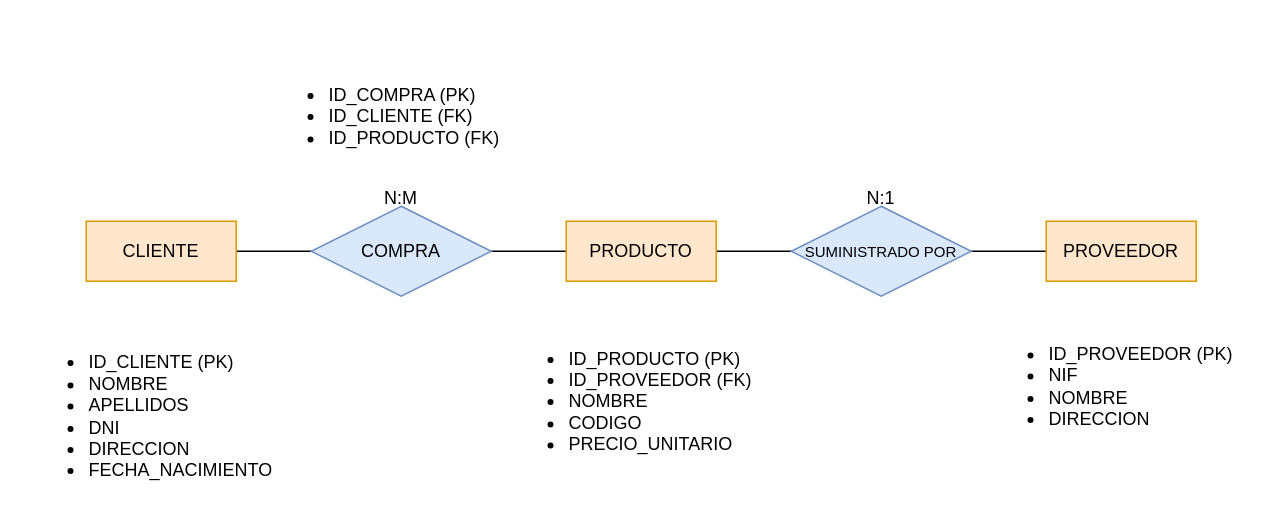
The draw.io diagram E6. Empresa-prodcuto-proveedor.drawio in Milikituki/PracticasBBDD, before the edit. Source tidied: cells renumbered, new cells numbered last; positions are measured from the earlier drawing's top-left corner, leaving out a move shared by most shapes. Both pictures are drawn from the tidied source at 150%, with x=0, y=0 at pixel (26, 26).
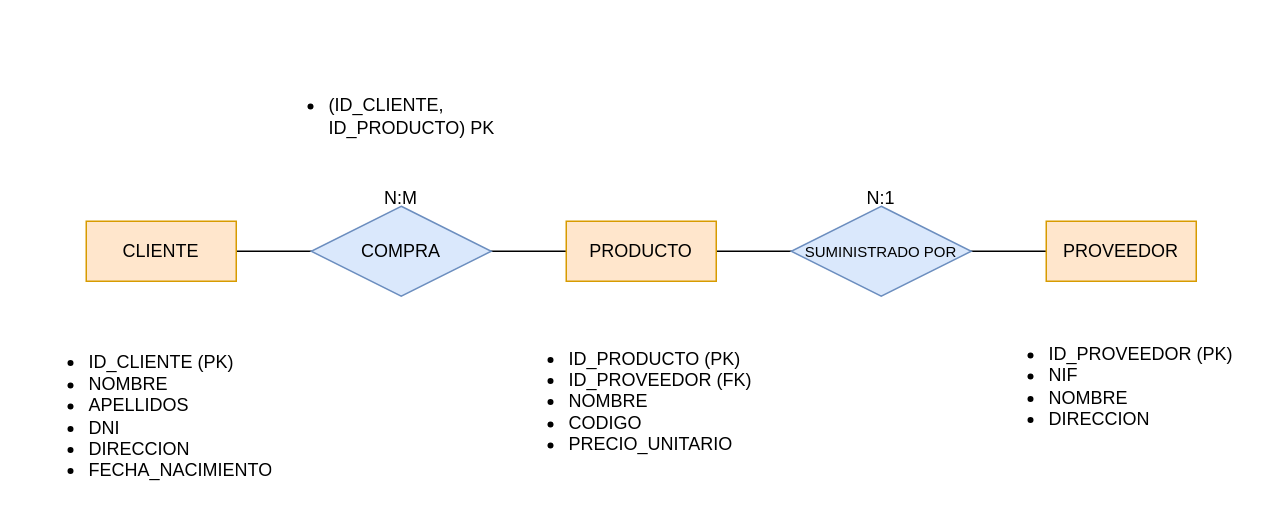
After the change.

Diff of the diagram source:
```diff
@@
 <mxGraphModel>
   <root>
     <mxCell id="0" />
     <mxCell id="1" parent="0" />
     <mxCell id="2" style="edgeStyle=orthogonalEdgeStyle;rounded=0;jettySize=auto;html=1;entryX=0;entryY=0.5;entryDx=0;entryDy=0;endArrow=none;endFill=0;" parent="1" edge="1" source="3" target="4">
       <mxGeometry relative="1" as="geometry" />
     </mxCell>
     <mxCell id="3" value="CLIENTE" style="whiteSpace=wrap;html=1;align=center;fillColor=#ffe6cc;strokeColor=#d79b00;" parent="1" vertex="1">
       <mxGeometry x="40" y="130" width="100" height="40" as="geometry" />
     </mxCell>
     <mxCell id="4" value="PROVEEDOR" style="whiteSpace=wrap;html=1;align=center;fillColor=#ffe6cc;strokeColor=#d79b00;" parent="1" vertex="1">
       <mxGeometry x="680" y="130" width="100" height="40" as="geometry" />
     </mxCell>
     <mxCell id="5" value="COMPRA" style="shape=rhombus;perimeter=rhombusPerimeter;whiteSpace=wrap;html=1;align=center;fillColor=#dae8fc;strokeColor=#6c8ebf;" parent="1" vertex="1">
       <mxGeometry x="190" y="120" width="120" height="60" as="geometry" />
     </mxCell>
     <mxCell id="6" value="&lt;font style=&quot;font-size: 10px;&quot;&gt;SUMINISTRADO POR&lt;/font&gt;" style="shape=rhombus;perimeter=rhombusPerimeter;whiteSpace=wrap;html=1;align=center;fillColor=#dae8fc;strokeColor=#6c8ebf;" parent="1" vertex="1">
       <mxGeometry x="510" y="120" width="120" height="60" as="geometry" />
     </mxCell>
     <mxCell id="7" value="PRODUCTO" style="whiteSpace=wrap;html=1;align=center;fillColor=#ffe6cc;strokeColor=#d79b00;" parent="1" vertex="1">
       <mxGeometry x="360" y="130" width="100" height="40" as="geometry" />
     </mxCell>
     <mxCell id="8" value="&lt;ul&gt;&lt;li&gt;ID_CLIENTE (PK)&lt;/li&gt;&lt;li&gt;NOMBRE&lt;/li&gt;&lt;li&gt;APELLIDOS&lt;/li&gt;&lt;li&gt;DNI&lt;/li&gt;&lt;li&gt;DIRECCION&lt;/li&gt;&lt;li&gt;FECHA_NACIMIENTO&lt;/li&gt;&lt;/ul&gt;" style="text;strokeColor=none;fillColor=none;html=1;whiteSpace=wrap;verticalAlign=middle;overflow=hidden;" parent="1" vertex="1">
       <mxGeometry y="200" width="180" height="120" as="geometry" />
     </mxCell>
     <mxCell id="9" value="&lt;ul&gt;&lt;li&gt;ID_PRODUCTO (PK)&lt;/li&gt;&lt;li&gt;ID_PROVEEDOR (FK)&lt;/li&gt;&lt;li&gt;NOMBRE&lt;/li&gt;&lt;li&gt;CODIGO&lt;/li&gt;&lt;li&gt;PRECIO_UNITARIO&lt;/li&gt;&lt;/ul&gt;" style="text;strokeColor=none;fillColor=none;html=1;whiteSpace=wrap;verticalAlign=middle;overflow=hidden;" parent="1" vertex="1">
       <mxGeometry x="320" y="190" width="180" height="120" as="geometry" />
     </mxCell>
     <mxCell id="10" value="&lt;ul&gt;&lt;li&gt;ID_PROVEEDOR (PK)&lt;/li&gt;&lt;li&gt;NIF&lt;/li&gt;&lt;li&gt;NOMBRE&lt;/li&gt;&lt;li&gt;DIRECCION&lt;/li&gt;&lt;/ul&gt;" style="text;strokeColor=none;fillColor=none;html=1;whiteSpace=wrap;verticalAlign=middle;overflow=hidden;" parent="1" vertex="1">
       <mxGeometry x="640" y="180" width="180" height="120" as="geometry" />
     </mxCell>
     <mxCell id="11" value="N:M" style="text;html=1;whiteSpace=wrap;strokeColor=none;fillColor=none;align=center;verticalAlign=middle;rounded=0;" parent="1" vertex="1">
       <mxGeometry x="220" y="100" width="60" height="30" as="geometry" />
     </mxCell>
     <mxCell id="12" value="N:1" style="text;html=1;whiteSpace=wrap;strokeColor=none;fillColor=none;align=center;verticalAlign=middle;rounded=0;" parent="1" vertex="1">
       <mxGeometry x="540" y="100" width="60" height="30" as="geometry" />
     </mxCell>
-    <mxCell id="13" value="&lt;ul&gt;&lt;li&gt;ID_COMPRA (PK)&lt;/li&gt;&lt;li&gt;ID_CLIENTE (FK)&lt;/li&gt;&lt;li&gt;ID_PRODUCTO (FK)&lt;/li&gt;&lt;/ul&gt;" style="text;strokeColor=none;fillColor=none;html=1;whiteSpace=wrap;verticalAlign=middle;overflow=hidden;" parent="1" vertex="1">
+    <mxCell id="13" value="&lt;ul&gt;&lt;li&gt;(ID_CLIENTE, ID_PRODUCTO) PK&lt;/li&gt;&lt;/ul&gt;" style="text;strokeColor=none;fillColor=none;html=1;whiteSpace=wrap;verticalAlign=middle;overflow=hidden;" parent="1" vertex="1">
       <mxGeometry x="160" width="180" height="120" as="geometry" />
     </mxCell>
   </root>
 </mxGraphModel>
```
